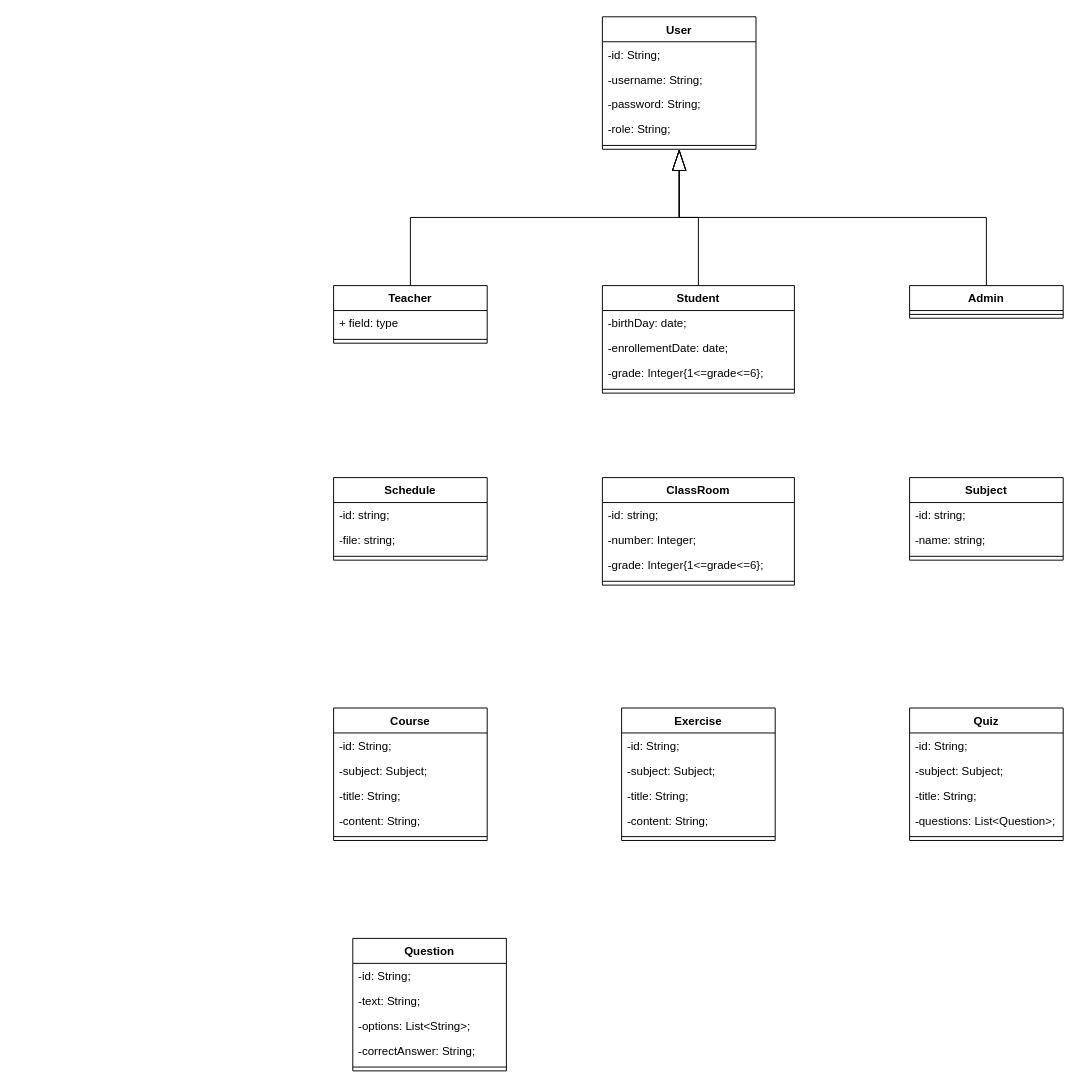
berghach/TaalomIT keeps this draw.io diagram as ConceptionUML/TaalomIT_UML.drawio. Above is the earlier version. Source tidied: cells renumbered, new cells numbered last; positions are measured from the earlier drawing's top-left corner, leaving out a move shared by most shapes. Both pictures are drawn from the tidied source at 96%, with x=0, y=0 at pixel (333, 16).
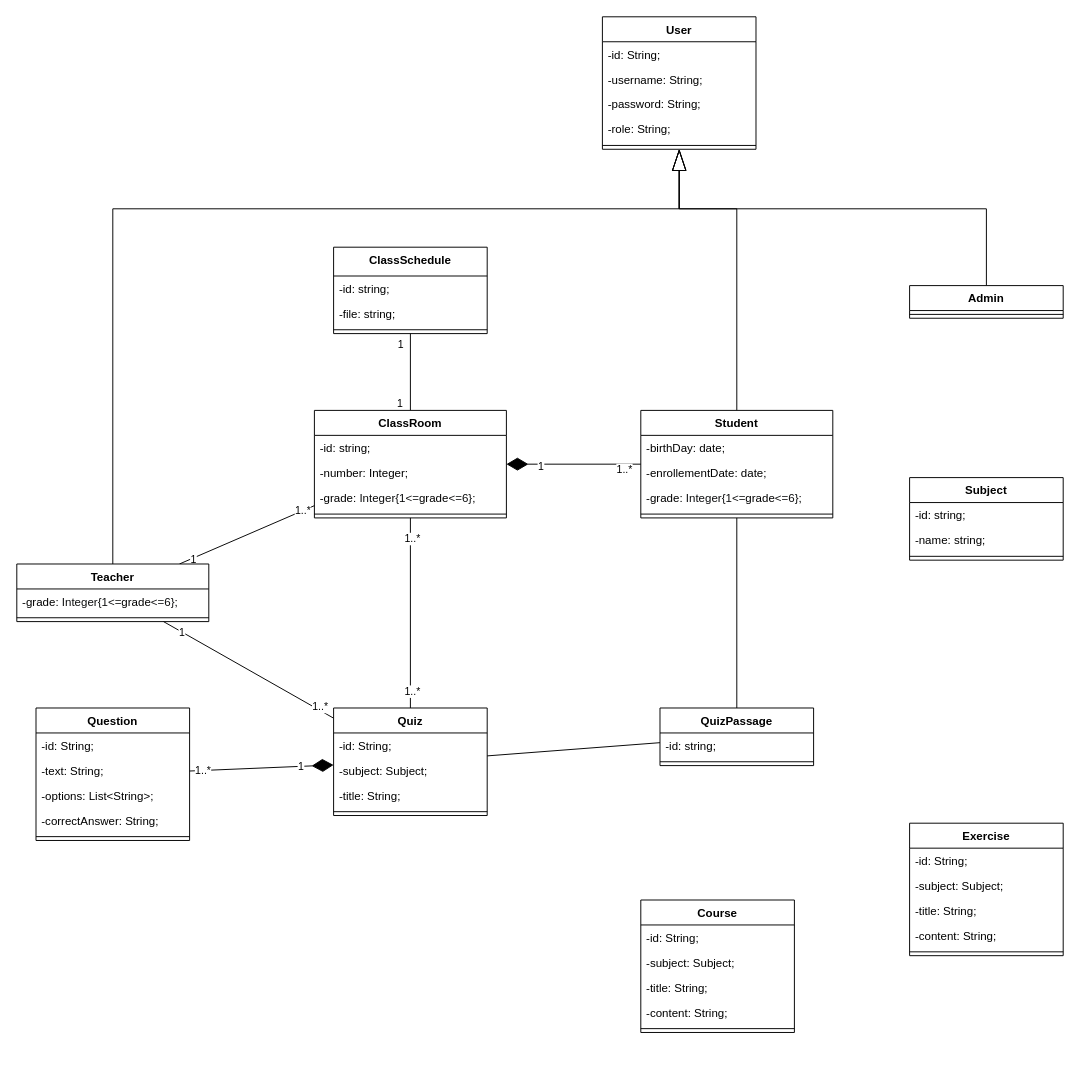
Above is the later version.

Commit message (it also covers changes not shown here):
la conception UML

The change refers to these unchanged cells:
```xml
<mxCell id="2" value="User" style="swimlane;fontStyle=1;align=center;verticalAlign=top;horizontal=1;startSize=26;whiteSpace=wrap;html=1;" parent="1" vertex="1">
  <mxGeometry x="280" width="160" height="138" as="geometry" />
</mxCell>
<mxCell id="19" value="Admin" style="swimlane;fontStyle=1;align=center;verticalAlign=top;horizontal=1;startSize=26;whiteSpace=wrap;html=1;" parent="1" vertex="1">
  <mxGeometry x="600" y="280" width="160" height="34" as="geometry" />
</mxCell>
```

What changed in the source:
```diff
@@
-    <mxCell id="8" style="edgeStyle=elbowEdgeStyle;rounded=0;jettySize=auto;html=1;exitX=0.5;exitY=0;exitDx=0;exitDy=0;entryX=0.5;entryY=1;entryDx=0;entryDy=0;elbow=vertical;endArrow=blockThin;endFill=0;endSize=20;" parent="1" edge="1" source="9" target="2">
-      <mxGeometry relative="1" as="geometry" />
+    <mxCell id="8" style="rounded=0;jettySize=auto;html=1;exitX=0.5;exitY=0;exitDx=0;exitDy=0;entryX=0.5;entryY=1;entryDx=0;entryDy=0;elbow=vertical;endArrow=blockThin;endFill=0;endSize=20;edgeStyle=elbowEdgeStyle;" parent="1" edge="1" source="9" target="2">
+      <mxGeometry relative="1" as="geometry">
+        <Array as="points">
+          <mxPoint x="60" y="200" />
+        </Array>
+      </mxGeometry>
     </mxCell>
+    <mxCell id="58" style="rounded=0;jettySize=auto;html=1;endArrow=none;endFill=0;" parent="1" edge="1" source="9" target="53">
+      <mxGeometry relative="1" as="geometry" />
+    </mxCell>
+    <mxCell id="59" value="1" style="edgeLabel;html=1;align=center;verticalAlign=middle;" parent="58" vertex="1">
+      <mxGeometry x="-0.81" y="-1" relative="1" as="geometry" />
+    </mxCell>
+    <mxCell id="60" value="1..*" style="edgeLabel;html=1;align=center;verticalAlign=middle;" parent="58" vertex="1">
+      <mxGeometry x="0.83" y="1" relative="1" as="geometry" />
+    </mxCell>
+    <mxCell id="61" style="rounded=0;jettySize=auto;html=1;endArrow=none;endFill=0;" parent="1" edge="1" source="9" target="33">
+      <mxGeometry relative="1" as="geometry" />
+    </mxCell>
+    <mxCell id="62" value="1" style="edgeLabel;html=1;align=center;verticalAlign=middle;" parent="61" vertex="1">
+      <mxGeometry x="-0.79" y="1" relative="1" as="geometry">
+        <mxPoint y="1" as="offset" />
+      </mxGeometry>
+    </mxCell>
+    <mxCell id="63" value="1..*" style="edgeLabel;html=1;align=center;verticalAlign=middle;" parent="61" vertex="1">
+      <mxGeometry x="0.82" y="3" relative="1" as="geometry" />
+    </mxCell>
     <mxCell id="9" value="Teacher" style="swimlane;fontStyle=1;align=center;verticalAlign=top;horizontal=1;startSize=26;whiteSpace=wrap;html=1;" parent="1" vertex="1">
-      <mxGeometry y="280" width="160" height="60" as="geometry" />
+      <mxGeometry x="-330" y="570" width="200" height="60" as="geometry" />
     </mxCell>
-    <mxCell id="10" value="+ field: type" style="text;strokeColor=none;fillColor=none;align=left;verticalAlign=top;spacingLeft=4;spacingRight=4;overflow=hidden;whiteSpace=wrap;html=1;" parent="9" vertex="1">
-      <mxGeometry y="26" width="160" height="26" as="geometry" />
+    <mxCell id="10" value="&lt;font face=&quot;Helvetica&quot;&gt;-grade:&amp;nbsp;&lt;span style=&quot;color: rgb(12, 13, 14);&quot;&gt;Integer{1&amp;lt;=&lt;/span&gt;&lt;/font&gt;grade&lt;font face=&quot;Helvetica&quot;&gt;&lt;span style=&quot;color: rgb(12, 13, 14);&quot;&gt;&amp;lt;=6}&lt;/span&gt;;&lt;/font&gt;" style="text;strokeColor=none;fillColor=none;align=left;verticalAlign=top;spacingLeft=4;spacingRight=4;overflow=hidden;whiteSpace=wrap;html=1;" parent="9" vertex="1">
+      <mxGeometry y="26" width="200" height="26" as="geometry" />
     </mxCell>
     <mxCell id="11" style="line;strokeWidth=1;fillColor=none;align=left;verticalAlign=middle;spacingTop=-1;spacingLeft=3;spacingRight=3;labelPosition=right;strokeColor=inherit;" parent="9" vertex="1">
-      <mxGeometry y="52" width="160" height="8" as="geometry" />
+      <mxGeometry y="52" width="200" height="8" as="geometry" />
     </mxCell>
-    <mxCell id="12" style="edgeStyle=elbowEdgeStyle;rounded=0;jettySize=auto;html=1;exitX=0.5;exitY=0;exitDx=0;exitDy=0;elbow=vertical;endArrow=blockThin;endFill=0;endSize=20;" parent="1" edge="1" source="13" target="2">
-      <mxGeometry relative="1" as="geometry" />
+    <mxCell id="12" style="rounded=0;jettySize=auto;html=1;exitX=0.5;exitY=0;exitDx=0;exitDy=0;elbow=vertical;endArrow=blockThin;endFill=0;endSize=20;edgeStyle=elbowEdgeStyle;" parent="1" edge="1" source="13" target="2">
+      <mxGeometry relative="1" as="geometry">
+        <Array as="points">
+          <mxPoint x="360" y="200" />
+        </Array>
+      </mxGeometry>
     </mxCell>
+    <mxCell id="64" style="rounded=0;jettySize=auto;html=1;endArrow=diamondThin;endFill=1;endSize=20;" parent="1" edge="1" source="13" target="53">
+      <mxGeometry relative="1" as="geometry" />
+    </mxCell>
+    <mxCell id="65" value="1..*" style="edgeLabel;html=1;align=center;verticalAlign=middle;" parent="64" vertex="1">
+      <mxGeometry x="-0.62" y="1" relative="1" as="geometry">
+        <mxPoint x="9" y="4" as="offset" />
+      </mxGeometry>
+    </mxCell>
+    <mxCell id="66" value="1" style="edgeLabel;html=1;align=center;verticalAlign=middle;" parent="64" vertex="1">
+      <mxGeometry x="0.5" relative="1" as="geometry">
+        <mxPoint y="2" as="offset" />
+      </mxGeometry>
+    </mxCell>
+    <mxCell id="67" style="rounded=0;jettySize=auto;html=1;endArrow=none;endFill=0;" parent="1" edge="1" source="13" target="78">
+      <mxGeometry relative="1" as="geometry" />
+    </mxCell>
     <mxCell id="13" value="Student" style="swimlane;fontStyle=1;align=center;verticalAlign=top;horizontal=1;startSize=26;whiteSpace=wrap;html=1;" parent="1" vertex="1">
-      <mxGeometry x="280" y="280" width="200" height="112" as="geometry" />
+      <mxGeometry x="320" y="410" width="200" height="112" as="geometry" />
     </mxCell>
@@
-    <mxCell id="18" style="edgeStyle=elbowEdgeStyle;rounded=0;jettySize=auto;html=1;exitX=0.5;exitY=0;exitDx=0;exitDy=0;entryX=0.5;entryY=1;entryDx=0;entryDy=0;elbow=vertical;endArrow=blockThin;endFill=0;endSize=20;" parent="1" edge="1" source="19" target="2">
-      <mxGeometry relative="1" as="geometry" />
+    <mxCell id="18" style="rounded=0;jettySize=auto;html=1;exitX=0.5;exitY=0;exitDx=0;exitDy=0;entryX=0.5;entryY=1;entryDx=0;entryDy=0;elbow=vertical;endArrow=blockThin;endFill=0;endSize=20;edgeStyle=elbowEdgeStyle;" parent="1" edge="1" source="19" target="2">
+      <mxGeometry relative="1" as="geometry">
+        <Array as="points">
+          <mxPoint x="520" y="200" />
+        </Array>
+      </mxGeometry>
     </mxCell>
@@
     <mxCell id="21" value="Course" style="swimlane;fontStyle=1;align=center;verticalAlign=top;horizontal=1;startSize=26;whiteSpace=wrap;html=1;" parent="1" vertex="1">
-      <mxGeometry y="720" width="160" height="138" as="geometry" />
+      <mxGeometry x="320" y="920" width="160" height="138" as="geometry" />
     </mxCell>
@@
     <mxCell id="27" value="Exercise" style="swimlane;fontStyle=1;align=center;verticalAlign=top;horizontal=1;startSize=26;whiteSpace=wrap;html=1;" parent="1" vertex="1">
-      <mxGeometry x="300" y="720" width="160" height="138" as="geometry" />
+      <mxGeometry x="600" y="840" width="160" height="138" as="geometry" />
     </mxCell>
@@
+    <mxCell id="68" style="rounded=0;jettySize=auto;html=1;endArrow=none;endFill=0;" parent="1" edge="1" source="33" target="53">
+      <mxGeometry relative="1" as="geometry" />
+    </mxCell>
+    <mxCell id="69" value="1..*" style="edgeLabel;html=1;align=center;verticalAlign=middle;" parent="68" vertex="1">
+      <mxGeometry x="-0.82" y="-1" relative="1" as="geometry" />
+    </mxCell>
+    <mxCell id="70" value="1..*" style="edgeLabel;html=1;align=center;verticalAlign=middle;" parent="68" vertex="1">
+      <mxGeometry x="0.79" y="-1" relative="1" as="geometry" />
+    </mxCell>
+    <mxCell id="71" style="rounded=0;jettySize=auto;html=1;endArrow=none;endFill=0;" parent="1" edge="1" source="33" target="78">
+      <mxGeometry relative="1" as="geometry" />
+    </mxCell>
     <mxCell id="33" value="Quiz" style="swimlane;fontStyle=1;align=center;verticalAlign=top;horizontal=1;startSize=26;whiteSpace=wrap;html=1;" parent="1" vertex="1">
-      <mxGeometry x="600" y="720" width="160" height="138" as="geometry" />
+      <mxGeometry y="720" width="160" height="112" as="geometry" />
     </mxCell>
@@
-    <mxCell id="37" value="-questions: List&amp;lt;Question&amp;gt;;" style="text;strokeColor=none;fillColor=none;align=left;verticalAlign=top;spacingLeft=4;spacingRight=4;overflow=hidden;whiteSpace=wrap;html=1;" parent="33" vertex="1">
-      <mxGeometry y="104" width="160" height="26" as="geometry" />
-    </mxCell>
     <mxCell id="38" style="line;strokeWidth=1;fillColor=none;align=left;verticalAlign=middle;spacingTop=-1;spacingLeft=3;spacingRight=3;labelPosition=right;strokeColor=inherit;" parent="33" vertex="1">
-      <mxGeometry y="130" width="160" height="8" as="geometry" />
+      <mxGeometry y="104" width="160" height="8" as="geometry" />
     </mxCell>
+    <mxCell id="72" style="rounded=0;jettySize=auto;html=1;endArrow=diamondThin;endFill=1;endSize=20;" parent="1" edge="1" source="39" target="33">
+      <mxGeometry relative="1" as="geometry" />
+    </mxCell>
+    <mxCell id="73" value="1" style="edgeLabel;html=1;align=center;verticalAlign=middle;" parent="72" vertex="1">
+      <mxGeometry x="0.55" relative="1" as="geometry" />
+    </mxCell>
+    <mxCell id="74" value="1..*" style="edgeLabel;html=1;align=center;verticalAlign=middle;" parent="72" vertex="1">
+      <mxGeometry x="-0.81" y="1" relative="1" as="geometry" />
+    </mxCell>
     <mxCell id="39" value="Question" style="swimlane;fontStyle=1;align=center;verticalAlign=top;horizontal=1;startSize=26;whiteSpace=wrap;html=1;" parent="1" vertex="1">
-      <mxGeometry x="20" y="960" width="160" height="138" as="geometry" />
+      <mxGeometry x="-310" y="720" width="160" height="138" as="geometry" />
     </mxCell>
@@
-    <mxCell id="49" value="Schedule" style="swimlane;fontStyle=1;align=center;verticalAlign=top;horizontal=1;startSize=26;whiteSpace=wrap;html=1;" parent="1" vertex="1">
-      <mxGeometry y="480" width="160" height="86" as="geometry" />
+    <mxCell id="49" value="ClassSchedule" style="swimlane;fontStyle=1;align=center;verticalAlign=top;horizontal=1;startSize=30;whiteSpace=wrap;html=1;" parent="1" vertex="1">
+      <mxGeometry y="240" width="160" height="90" as="geometry" />
     </mxCell>
     <mxCell id="50" value="-id: string;" style="text;strokeColor=none;fillColor=none;align=left;verticalAlign=top;spacingLeft=4;spacingRight=4;overflow=hidden;whiteSpace=wrap;html=1;" parent="49" vertex="1">
-      <mxGeometry y="26" width="160" height="26" as="geometry" />
+      <mxGeometry y="30" width="160" height="26" as="geometry" />
     </mxCell>
     <mxCell id="51" value="-file: string;" style="text;strokeColor=none;fillColor=none;align=left;verticalAlign=top;spacingLeft=4;spacingRight=4;overflow=hidden;whiteSpace=wrap;html=1;" parent="49" vertex="1">
-      <mxGeometry y="52" width="160" height="26" as="geometry" />
+      <mxGeometry y="56" width="160" height="26" as="geometry" />
     </mxCell>
     <mxCell id="52" style="line;strokeWidth=1;fillColor=none;align=left;verticalAlign=middle;spacingTop=-1;spacingLeft=3;spacingRight=3;labelPosition=right;strokeColor=inherit;" parent="49" vertex="1">
-      <mxGeometry y="78" width="160" height="8" as="geometry" />
+      <mxGeometry y="82" width="160" height="8" as="geometry" />
     </mxCell>
+    <mxCell id="75" style="rounded=0;jettySize=auto;html=1;endArrow=none;endFill=0;startArrow=none;startFill=0;startSize=20;" parent="1" edge="1" source="53" target="49">
+      <mxGeometry relative="1" as="geometry" />
+    </mxCell>
+    <mxCell id="76" value="1" style="edgeLabel;html=1;align=center;verticalAlign=middle;" parent="75" vertex="1">
+      <mxGeometry x="0.73" y="1" relative="1" as="geometry">
+        <mxPoint x="-10" as="offset" />
+      </mxGeometry>
+    </mxCell>
+    <mxCell id="77" value="1" style="edgeLabel;html=1;align=center;verticalAlign=middle;" parent="75" vertex="1">
+      <mxGeometry x="-0.81" relative="1" as="geometry">
+        <mxPoint x="-12" as="offset" />
+      </mxGeometry>
+    </mxCell>
     <mxCell id="53" value="ClassRoom" style="swimlane;fontStyle=1;align=center;verticalAlign=top;horizontal=1;startSize=26;whiteSpace=wrap;html=1;" parent="1" vertex="1">
-      <mxGeometry x="280" y="480" width="200" height="112" as="geometry" />
+      <mxGeometry x="-20" y="410" width="200" height="112" as="geometry" />
     </mxCell>
@@
+    <mxCell id="78" value="QuizPassage" style="swimlane;fontStyle=1;align=center;verticalAlign=top;horizontal=1;startSize=26;whiteSpace=wrap;html=1;" parent="1" vertex="1">
+      <mxGeometry x="340" y="720" width="160" height="60" as="geometry" />
+    </mxCell>
+    <mxCell id="79" value="-id: string;" style="text;strokeColor=none;fillColor=none;align=left;verticalAlign=top;spacingLeft=4;spacingRight=4;overflow=hidden;whiteSpace=wrap;html=1;" parent="78" vertex="1">
+      <mxGeometry y="26" width="160" height="26" as="geometry" />
+    </mxCell>
+    <mxCell id="80" style="line;strokeWidth=1;fillColor=none;align=left;verticalAlign=middle;spacingTop=-1;spacingLeft=3;spacingRight=3;labelPosition=right;strokeColor=inherit;" parent="78" vertex="1">
+      <mxGeometry y="52" width="160" height="8" as="geometry" />
+    </mxCell>
```
